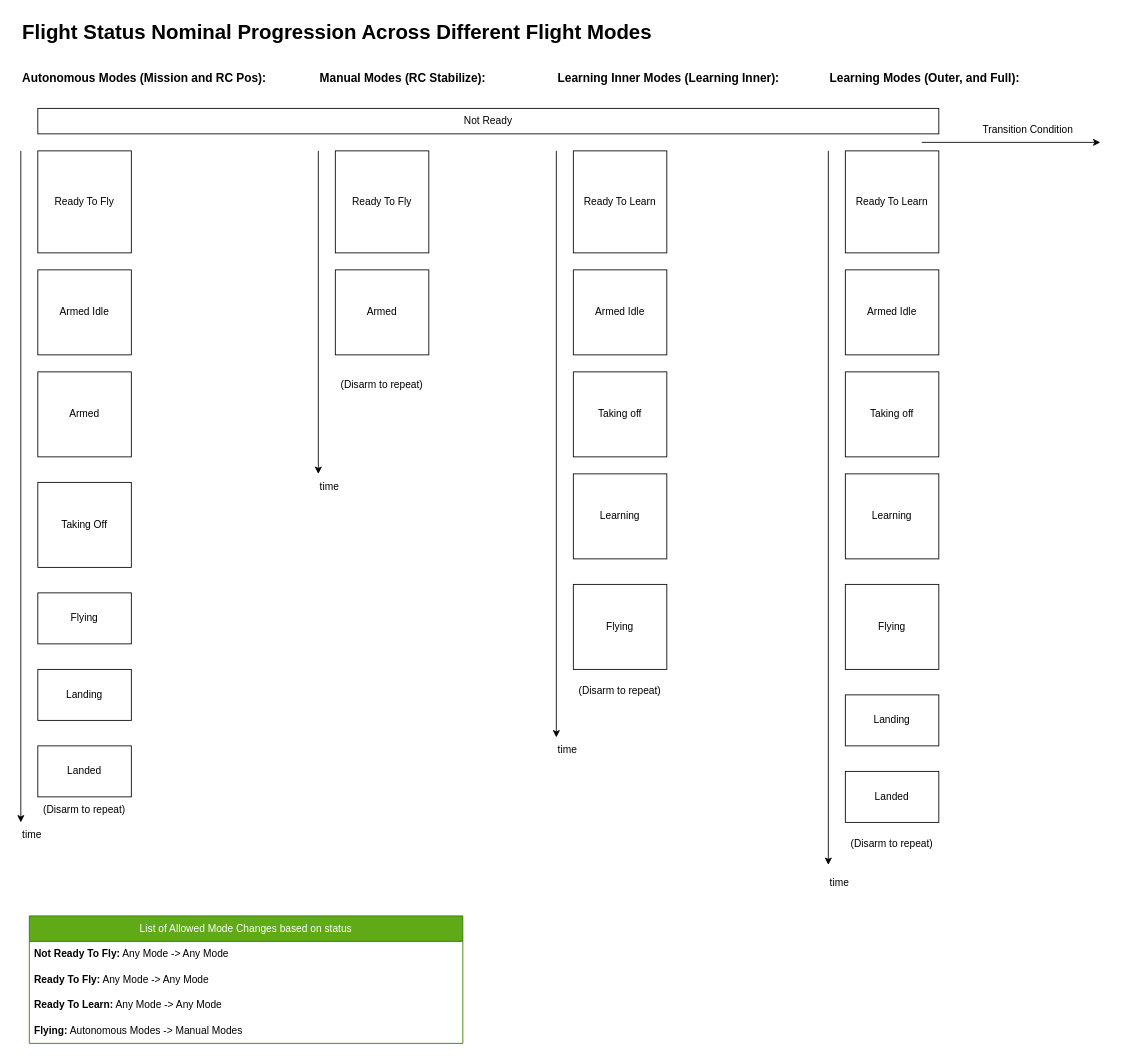
This is Guide/HEAR Software/Flight Modes/flight_states.drawio from DroneLeaf/HEAR_wiki, a draw.io file, before an edit. Source tidied: cells renumbered, new cells numbered last; positions are measured from the earlier drawing's top-left corner, leaving out a move shared by most shapes. Both pictures are drawn from the tidied source at 85%, with x=0, y=0 at pixel (20, 14).
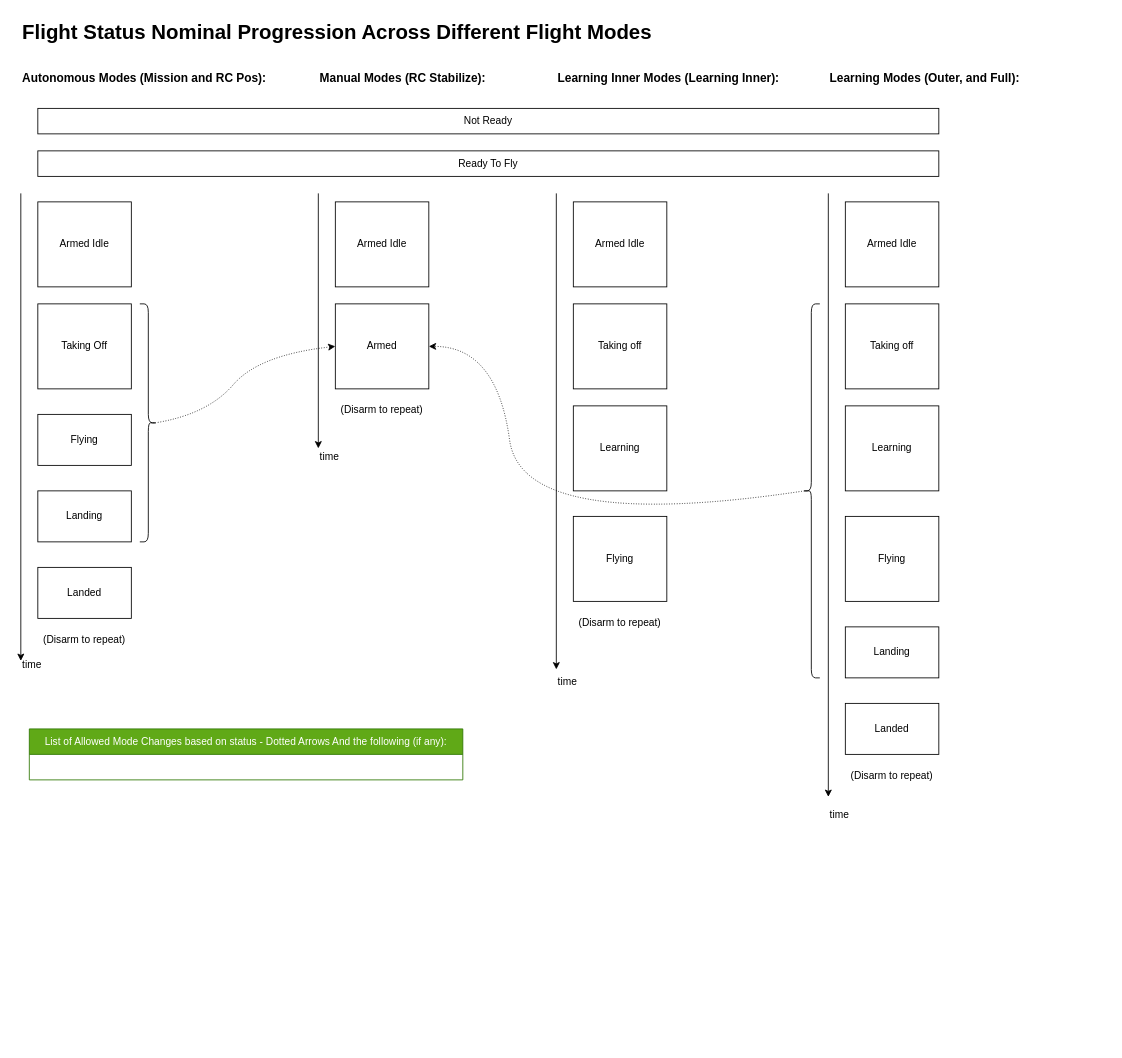
Above is the later version.

Commit message (it also covers changes not shown here):
updates to flight states and dev workflow

Change to the diagram source:
```diff
@@
-    <mxCell id="2" value="Ready To Fly" style="rounded=0;whiteSpace=wrap;html=1;" parent="1" vertex="1">
-      <mxGeometry x="20" y="160" width="110" height="120" as="geometry" />
-    </mxCell>
-    <mxCell id="3" value="Armed Idle" style="rounded=0;whiteSpace=wrap;html=1;" parent="1" vertex="1">
-      <mxGeometry x="20" y="300" width="110" height="100" as="geometry" />
+    <mxCell id="3" value="Armed Idle" style="rounded=0;whiteSpace=wrap;html=1;fillColor=none;" parent="1" vertex="1">
+      <mxGeometry x="20" y="220" width="110" height="100" as="geometry" />
     </mxCell>
-    <mxCell id="4" value="Armed" style="rounded=0;whiteSpace=wrap;html=1;" parent="1" vertex="1">
-      <mxGeometry x="20" y="420" width="110" height="100" as="geometry" />
-    </mxCell>
-    <mxCell id="5" value="Taking Off" style="rounded=0;whiteSpace=wrap;html=1;" parent="1" vertex="1">
-      <mxGeometry x="20" y="550" width="110" height="100" as="geometry" />
+    <mxCell id="5" value="Taking Off" style="rounded=0;whiteSpace=wrap;html=1;fillColor=none;" parent="1" vertex="1">
+      <mxGeometry x="20" y="340" width="110" height="100" as="geometry" />
     </mxCell>
@@
     <mxCell id="7" style="endArrow=classic;html=1;rounded=0;" parent="1" edge="1">
       <mxGeometry relative="1" as="geometry">
-        <mxPoint y="160" as="sourcePoint" />
-        <mxPoint y="950" as="targetPoint" />
+        <mxPoint y="210" as="sourcePoint" />
+        <mxPoint y="760" as="targetPoint" />
       </mxGeometry>
     </mxCell>
     <mxCell id="8" value="time" style="text;html=1;align=left;verticalAlign=middle;whiteSpace=wrap;rounded=0;" parent="1" vertex="1">
-      <mxGeometry y="950" width="60" height="30" as="geometry" />
+      <mxGeometry y="750" width="60" height="30" as="geometry" />
     </mxCell>
-    <mxCell id="9" value="Flying" style="rounded=0;whiteSpace=wrap;html=1;" parent="1" vertex="1">
-      <mxGeometry x="20" y="680" width="110" height="60" as="geometry" />
+    <mxCell id="9" value="Flying" style="rounded=0;whiteSpace=wrap;html=1;fillColor=none;" parent="1" vertex="1">
+      <mxGeometry x="20" y="470" width="110" height="60" as="geometry" />
     </mxCell>
-    <mxCell id="10" value="Landing" style="rounded=0;whiteSpace=wrap;html=1;" parent="1" vertex="1">
-      <mxGeometry x="20" y="770" width="110" height="60" as="geometry" />
+    <mxCell id="10" value="Landing" style="rounded=0;whiteSpace=wrap;html=1;fillColor=none;" parent="1" vertex="1">
+      <mxGeometry x="20" y="560" width="110" height="60" as="geometry" />
     </mxCell>
-    <mxCell id="11" value="Landed" style="rounded=0;whiteSpace=wrap;html=1;" parent="1" vertex="1">
-      <mxGeometry x="20" y="860" width="110" height="60" as="geometry" />
+    <mxCell id="11" value="Landed" style="rounded=0;whiteSpace=wrap;html=1;fillColor=none;" parent="1" vertex="1">
+      <mxGeometry x="20" y="650" width="110" height="60" as="geometry" />
     </mxCell>
@@
     <mxCell id="13" style="endArrow=classic;html=1;rounded=0;" parent="1" edge="1">
       <mxGeometry relative="1" as="geometry">
-        <mxPoint x="350" y="160" as="sourcePoint" />
-        <mxPoint x="350" y="540" as="targetPoint" />
+        <mxPoint x="350" y="210" as="sourcePoint" />
+        <mxPoint x="350" y="510" as="targetPoint" />
       </mxGeometry>
     </mxCell>
     <mxCell id="14" value="time" style="text;html=1;align=left;verticalAlign=middle;whiteSpace=wrap;rounded=0;" parent="1" vertex="1">
-      <mxGeometry x="350" y="540" width="60" height="30" as="geometry" />
+      <mxGeometry x="350" y="505" width="60" height="30" as="geometry" />
     </mxCell>
-    <mxCell id="15" value="Ready To Fly" style="rounded=0;whiteSpace=wrap;html=1;" parent="1" vertex="1">
-      <mxGeometry x="370" y="160" width="110" height="120" as="geometry" />
-    </mxCell>
-    <mxCell id="16" value="Armed" style="rounded=0;whiteSpace=wrap;html=1;" parent="1" vertex="1">
-      <mxGeometry x="370" y="300" width="110" height="100" as="geometry" />
+    <mxCell id="16" value="Armed Idle" style="rounded=0;whiteSpace=wrap;html=1;fillColor=none;" parent="1" vertex="1">
+      <mxGeometry x="370" y="220" width="110" height="100" as="geometry" />
     </mxCell>
     <mxCell id="17" value="(Disarm to repeat)" style="text;html=1;align=center;verticalAlign=middle;whiteSpace=wrap;rounded=0;" parent="1" vertex="1">
-      <mxGeometry x="10" y="920" width="130" height="30" as="geometry" />
+      <mxGeometry x="10" y="720" width="130" height="30" as="geometry" />
     </mxCell>
     <mxCell id="18" value="(Disarm to repeat)" style="text;html=1;align=center;verticalAlign=middle;whiteSpace=wrap;rounded=0;" parent="1" vertex="1">
-      <mxGeometry x="360" y="420" width="130" height="30" as="geometry" />
+      <mxGeometry x="360" y="450" width="130" height="30" as="geometry" />
     </mxCell>
@@
-    <mxCell id="20" value="Ready To Learn" style="rounded=0;whiteSpace=wrap;html=1;" parent="1" vertex="1">
-      <mxGeometry x="650" y="160" width="110" height="120" as="geometry" />
-    </mxCell>
-    <mxCell id="21" value="Armed Idle" style="rounded=0;whiteSpace=wrap;html=1;" parent="1" vertex="1">
-      <mxGeometry x="650" y="300" width="110" height="100" as="geometry" />
+    <mxCell id="21" value="Armed Idle" style="rounded=0;whiteSpace=wrap;html=1;fillColor=none;" parent="1" vertex="1">
+      <mxGeometry x="650" y="220" width="110" height="100" as="geometry" />
     </mxCell>
-    <mxCell id="22" value="Learning" style="rounded=0;whiteSpace=wrap;html=1;" parent="1" vertex="1">
-      <mxGeometry x="650" y="540" width="110" height="100" as="geometry" />
+    <mxCell id="22" value="Learning" style="rounded=0;whiteSpace=wrap;html=1;fillColor=none;" parent="1" vertex="1">
+      <mxGeometry x="650" y="460" width="110" height="100" as="geometry" />
     </mxCell>
-    <mxCell id="23" value="Flying" style="rounded=0;whiteSpace=wrap;html=1;" parent="1" vertex="1">
-      <mxGeometry x="650" y="670" width="110" height="100" as="geometry" />
+    <mxCell id="23" value="Flying" style="rounded=0;whiteSpace=wrap;html=1;fillColor=none;" parent="1" vertex="1">
+      <mxGeometry x="650" y="590" width="110" height="100" as="geometry" />
     </mxCell>
     <mxCell id="24" style="endArrow=classic;html=1;rounded=0;" parent="1" edge="1">
       <mxGeometry relative="1" as="geometry">
-        <mxPoint x="630" y="160" as="sourcePoint" />
-        <mxPoint x="630" y="850" as="targetPoint" />
+        <mxPoint x="630" y="210" as="sourcePoint" />
+        <mxPoint x="630" y="770" as="targetPoint" />
       </mxGeometry>
     </mxCell>
     <mxCell id="25" value="time" style="text;html=1;align=left;verticalAlign=middle;whiteSpace=wrap;rounded=0;" parent="1" vertex="1">
-      <mxGeometry x="630" y="850" width="60" height="30" as="geometry" />
+      <mxGeometry x="630" y="770" width="60" height="30" as="geometry" />
     </mxCell>
     <mxCell id="26" value="(Disarm to repeat)" style="text;html=1;align=center;verticalAlign=middle;whiteSpace=wrap;rounded=0;" parent="1" vertex="1">
-      <mxGeometry x="640" y="780" width="130" height="30" as="geometry" />
+      <mxGeometry x="640" y="700" width="130" height="30" as="geometry" />
     </mxCell>
@@
-    <mxCell id="28" value="Ready To Learn" style="rounded=0;whiteSpace=wrap;html=1;" parent="1" vertex="1">
-      <mxGeometry x="970" y="160" width="110" height="120" as="geometry" />
-    </mxCell>
-    <mxCell id="29" value="Armed Idle" style="rounded=0;whiteSpace=wrap;html=1;" parent="1" vertex="1">
-      <mxGeometry x="970" y="300" width="110" height="100" as="geometry" />
+    <mxCell id="29" value="Armed Idle" style="rounded=0;whiteSpace=wrap;html=1;fillColor=none;" parent="1" vertex="1">
+      <mxGeometry x="970" y="220" width="110" height="100" as="geometry" />
     </mxCell>
-    <mxCell id="30" value="Learning" style="rounded=0;whiteSpace=wrap;html=1;" parent="1" vertex="1">
-      <mxGeometry x="970" y="540" width="110" height="100" as="geometry" />
+    <mxCell id="30" value="Learning" style="rounded=0;whiteSpace=wrap;html=1;fillColor=none;" parent="1" vertex="1">
+      <mxGeometry x="970" y="460" width="110" height="100" as="geometry" />
     </mxCell>
-    <mxCell id="31" value="Flying" style="rounded=0;whiteSpace=wrap;html=1;" parent="1" vertex="1">
-      <mxGeometry x="970" y="670" width="110" height="100" as="geometry" />
+    <mxCell id="31" value="Flying" style="rounded=0;whiteSpace=wrap;html=1;fillColor=none;" parent="1" vertex="1">
+      <mxGeometry x="970" y="590" width="110" height="100" as="geometry" />
     </mxCell>
     <mxCell id="32" style="endArrow=classic;html=1;rounded=0;" parent="1" edge="1">
       <mxGeometry relative="1" as="geometry">
-        <mxPoint x="950" y="160" as="sourcePoint" />
-        <mxPoint x="950" y="1000" as="targetPoint" />
+        <mxPoint x="950" y="210" as="sourcePoint" />
+        <mxPoint x="950" y="920" as="targetPoint" />
       </mxGeometry>
     </mxCell>
     <mxCell id="33" value="time" style="text;html=1;align=left;verticalAlign=middle;whiteSpace=wrap;rounded=0;" parent="1" vertex="1">
-      <mxGeometry x="950" y="1006" width="60" height="30" as="geometry" />
+      <mxGeometry x="950" y="926" width="60" height="30" as="geometry" />
     </mxCell>
-    <mxCell id="34" value="Landing" style="rounded=0;whiteSpace=wrap;html=1;" parent="1" vertex="1">
-      <mxGeometry x="970" y="800" width="110" height="60" as="geometry" />
+    <mxCell id="34" value="Landing" style="rounded=0;whiteSpace=wrap;html=1;fillColor=none;" parent="1" vertex="1">
+      <mxGeometry x="970" y="720" width="110" height="60" as="geometry" />
     </mxCell>
-    <mxCell id="35" value="Landed" style="rounded=0;whiteSpace=wrap;html=1;" parent="1" vertex="1">
-      <mxGeometry x="970" y="890" width="110" height="60" as="geometry" />
+    <mxCell id="35" value="Landed" style="rounded=0;whiteSpace=wrap;html=1;fillColor=none;" parent="1" vertex="1">
+      <mxGeometry x="970" y="810" width="110" height="60" as="geometry" />
     </mxCell>
     <mxCell id="36" value="(Disarm to repeat)" style="text;html=1;align=center;verticalAlign=middle;whiteSpace=wrap;rounded=0;" parent="1" vertex="1">
-      <mxGeometry x="960" y="960" width="130" height="30" as="geometry" />
+      <mxGeometry x="960" y="880" width="130" height="30" as="geometry" />
     </mxCell>
@@
-    <mxCell id="38" value="List of Allowed Mode Changes based on status" style="swimlane;fontStyle=0;horizontal=1;startSize=30;whiteSpace=wrap;html=1;fillColor=#60a917;fontColor=#ffffff;strokeColor=#2D7600;" parent="1" vertex="1">
-      <mxGeometry x="10" y="1060" width="510" height="150" as="geometry" />
+    <mxCell id="38" value="List of Allowed Mode Changes based on status - Dotted Arrows And the following (if any):" style="swimlane;fontStyle=0;horizontal=1;startSize=30;whiteSpace=wrap;html=1;fillColor=#60a917;fontColor=#ffffff;strokeColor=#2D7600;" parent="1" vertex="1">
+      <mxGeometry x="10" y="840" width="510" height="60" as="geometry" />
     </mxCell>
-    <mxCell id="39" value="&lt;span style=&quot;text-align: center;&quot;&gt;&lt;b&gt;Not Ready To Fly:&lt;/b&gt; Any Mode -&amp;gt; Any Mode&lt;/span&gt;" style="text;strokeColor=none;fillColor=none;align=left;verticalAlign=middle;spacingLeft=4;spacingRight=4;overflow=hidden;whiteSpace=wrap;html=1;" parent="38" vertex="1">
-      <mxGeometry y="30" width="510" height="30" as="geometry" />
-    </mxCell>
-    <mxCell id="40" value="&lt;span style=&quot;text-align: center;&quot;&gt;&lt;b&gt;Ready To Fly:&lt;/b&gt; Any Mode -&amp;gt; Any Mode&lt;/span&gt;" style="text;strokeColor=none;fillColor=none;align=left;verticalAlign=middle;spacingLeft=4;spacingRight=4;overflow=hidden;whiteSpace=wrap;html=1;" parent="38" vertex="1">
-      <mxGeometry y="60" width="510" height="30" as="geometry" />
-    </mxCell>
-    <mxCell id="41" value="&lt;span style=&quot;text-align: center;&quot;&gt;&lt;b&gt;Ready To Learn:&lt;/b&gt; Any Mode -&amp;gt; Any Mode&lt;/span&gt;" style="text;strokeColor=none;fillColor=none;align=left;verticalAlign=middle;spacingLeft=4;spacingRight=4;overflow=hidden;whiteSpace=wrap;html=1;" parent="38" vertex="1">
-      <mxGeometry y="90" width="510" height="30" as="geometry" />
-    </mxCell>
-    <mxCell id="42" value="&lt;b&gt;Flying:&lt;/b&gt; Autonomous Modes -&amp;gt; Manual Modes" style="text;strokeColor=none;fillColor=none;align=left;verticalAlign=middle;spacingLeft=4;spacingRight=4;overflow=hidden;whiteSpace=wrap;html=1;" parent="38" vertex="1">
-      <mxGeometry y="120" width="510" height="30" as="geometry" />
-    </mxCell>
-    <mxCell id="43" value="Not Ready" style="rounded=0;whiteSpace=wrap;html=1;" parent="1" vertex="1">
+    <mxCell id="43" value="Not Ready" style="rounded=0;whiteSpace=wrap;html=1;fillColor=none;" parent="1" vertex="1">
       <mxGeometry x="20" y="110" width="1060" height="30" as="geometry" />
     </mxCell>
-    <mxCell id="44" style="endArrow=classic;html=1;rounded=0;" parent="1" edge="1">
-      <mxGeometry relative="1" as="geometry">
-        <mxPoint x="1060" y="150" as="sourcePoint" />
-        <mxPoint x="1270" y="150" as="targetPoint" />
-      </mxGeometry>
-    </mxCell>
-    <mxCell id="45" value="Transition Condition" style="text;html=1;align=center;verticalAlign=middle;whiteSpace=wrap;rounded=0;" parent="1" vertex="1">
-      <mxGeometry x="1130" y="120" width="110" height="30" as="geometry" />
-    </mxCell>
-    <mxCell id="46" value="Taking off" style="rounded=0;whiteSpace=wrap;html=1;" parent="1" vertex="1">
-      <mxGeometry x="650" y="420" width="110" height="100" as="geometry" />
+    <mxCell id="46" value="Taking off" style="rounded=0;whiteSpace=wrap;html=1;fillColor=none;" parent="1" vertex="1">
+      <mxGeometry x="650" y="340" width="110" height="100" as="geometry" />
     </mxCell>
-    <mxCell id="47" value="Taking off" style="rounded=0;whiteSpace=wrap;html=1;" parent="1" vertex="1">
-      <mxGeometry x="970" y="420" width="110" height="100" as="geometry" />
+    <mxCell id="47" value="Taking off" style="rounded=0;whiteSpace=wrap;html=1;fillColor=none;" parent="1" vertex="1">
+      <mxGeometry x="970" y="340" width="110" height="100" as="geometry" />
     </mxCell>
+    <mxCell id="48" value="Ready To Fly" style="rounded=0;whiteSpace=wrap;html=1;fillColor=none;" parent="1" vertex="1">
+      <mxGeometry x="20" y="160" width="1060" height="30" as="geometry" />
+    </mxCell>
+    <mxCell id="49" style="curved=1;endArrow=classic;html=1;rounded=0;exitX=0.1;exitY=0.5;exitDx=0;exitDy=0;entryX=0;entryY=0.5;entryDx=0;entryDy=0;dashed=1;dashPattern=1 2;exitPerimeter=0;" parent="1" edge="1" source="50" target="4">
+      <mxGeometry relative="1" as="geometry">
+        <Array as="points">
+          <mxPoint x="220" y="470" />
+          <mxPoint x="280" y="400" />
+        </Array>
+      </mxGeometry>
+    </mxCell>
+    <mxCell id="50" style="shape=curlyBracket;whiteSpace=wrap;html=1;rounded=1;flipH=1;labelPosition=right;verticalLabelPosition=middle;align=left;verticalAlign=middle;" parent="1" vertex="1">
+      <mxGeometry x="140" y="340" width="20" height="280" as="geometry" />
+    </mxCell>
+    <mxCell id="51" style="curved=1;endArrow=classic;html=1;rounded=0;dashed=1;dashPattern=1 2;entryX=1;entryY=0.5;entryDx=0;entryDy=0;exitX=0.1;exitY=0.5;exitDx=0;exitDy=0;exitPerimeter=0;" parent="1" edge="1" source="52" target="4">
+      <mxGeometry relative="1" as="geometry">
+        <Array as="points">
+          <mxPoint x="590" y="610" />
+          <mxPoint x="560" y="390" />
+        </Array>
+      </mxGeometry>
+    </mxCell>
+    <mxCell id="52" style="shape=curlyBracket;whiteSpace=wrap;html=1;rounded=1;labelPosition=left;verticalLabelPosition=middle;align=right;verticalAlign=middle;" parent="1" vertex="1">
+      <mxGeometry x="920" y="340" width="20" height="440" as="geometry" />
+    </mxCell>
+    <mxCell id="4" value="Armed" style="rounded=0;whiteSpace=wrap;html=1;fillColor=none;" parent="1" vertex="1">
+      <mxGeometry x="370" y="340" width="110" height="100" as="geometry" />
+    </mxCell>
```
